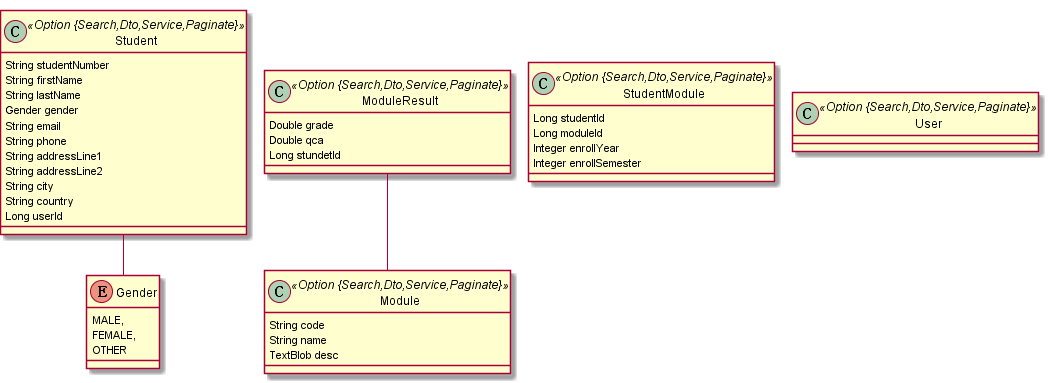
Above: project.png in skarlet-witcher/student-record-system (PlantUML), before the change.
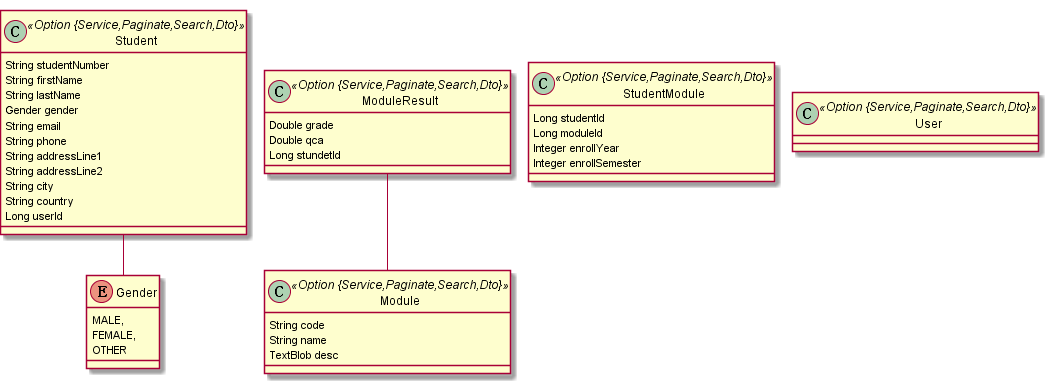
Above is the later version.

What changed in the source:
```diff
@@ -1,7 +1,7 @@
 @startuml
 	!pragma graphviz_dot jdot
 	!pragma syntax class
-	class Student <<Option {Search,Dto,Service,Paginate}>> {
+	class Student <<Option {Service,Paginate,Search,Dto}>> {
 		String studentNumber
 		String firstName
 		String lastName
@@ -20,23 +20,23 @@
 		FEMALE,
 		OTHER
 	}
-	class Module <<Option {Search,Dto,Service,Paginate}>> {
+	class Module <<Option {Service,Paginate,Search,Dto}>> {
 		String code
 		String name
 		TextBlob desc
 	}
-	class StudentModule <<Option {Search,Dto,Service,Paginate}>> {
+	class StudentModule <<Option {Service,Paginate,Search,Dto}>> {
 		Long studentId
 		Long moduleId
 		Integer enrollYear
 		Integer enrollSemester
 	}
-	class ModuleResult <<Option {Search,Dto,Service,Paginate}>> {
+	class ModuleResult <<Option {Service,Paginate,Search,Dto}>> {
 		Double grade
 		Double qca
 		Long stundetId
 	}
 	ModuleResult  "module(name) 0..* " o-- "0..1 "  Module
-	class User <<Option {Search,Dto,Service,Paginate}>> {
+	class User <<Option {Service,Paginate,Search,Dto}>> {
 	}
 @enduml
```
